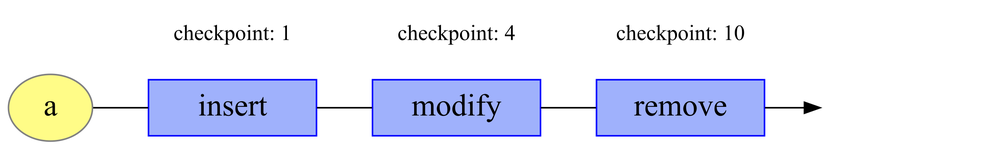
Earlier version of the Graphviz export generated/presentation/timeline.png (dew-uff/versioned-prov). Its source is kept beside it as generated/presentation/timeline.dot.
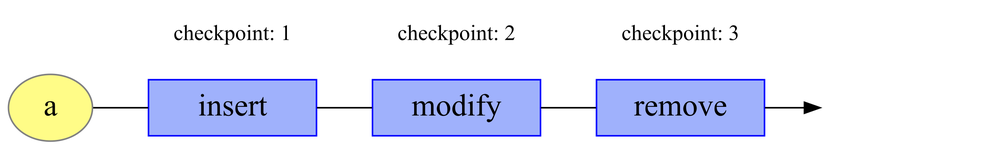
After the commit.

Diff of the diagram source:
```diff
@@ -15,11 +15,11 @@
     color=white
     node [shape=box color=white fixedsize=true width=1.5]
     chk1 [label="checkpoint: 1" ]
-    chk10 [label="checkpoint: 10"]
-    chk4 [label="checkpoint: 4" ]
+    chk3 [label="checkpoint: 3"]
+    chk2 [label="checkpoint: 2" ]
     "g/insert" -> chk1  [style=invis minlen=1]
-    "g/remove" -> chk10 [style=invis minlen=1]
-    "g/modify" -> chk4  [style=invis minlen=1]
+    "g/remove" -> chk3 [style=invis minlen=1]
+    "g/modify" -> chk2  [style=invis minlen=1]
 
     "g/a" -> "g/insert" -> "g/modify" -> "g/remove" [arrowhead=none]
     end [label="" shape=box color=white fixedsize=true width=1.5]
```
